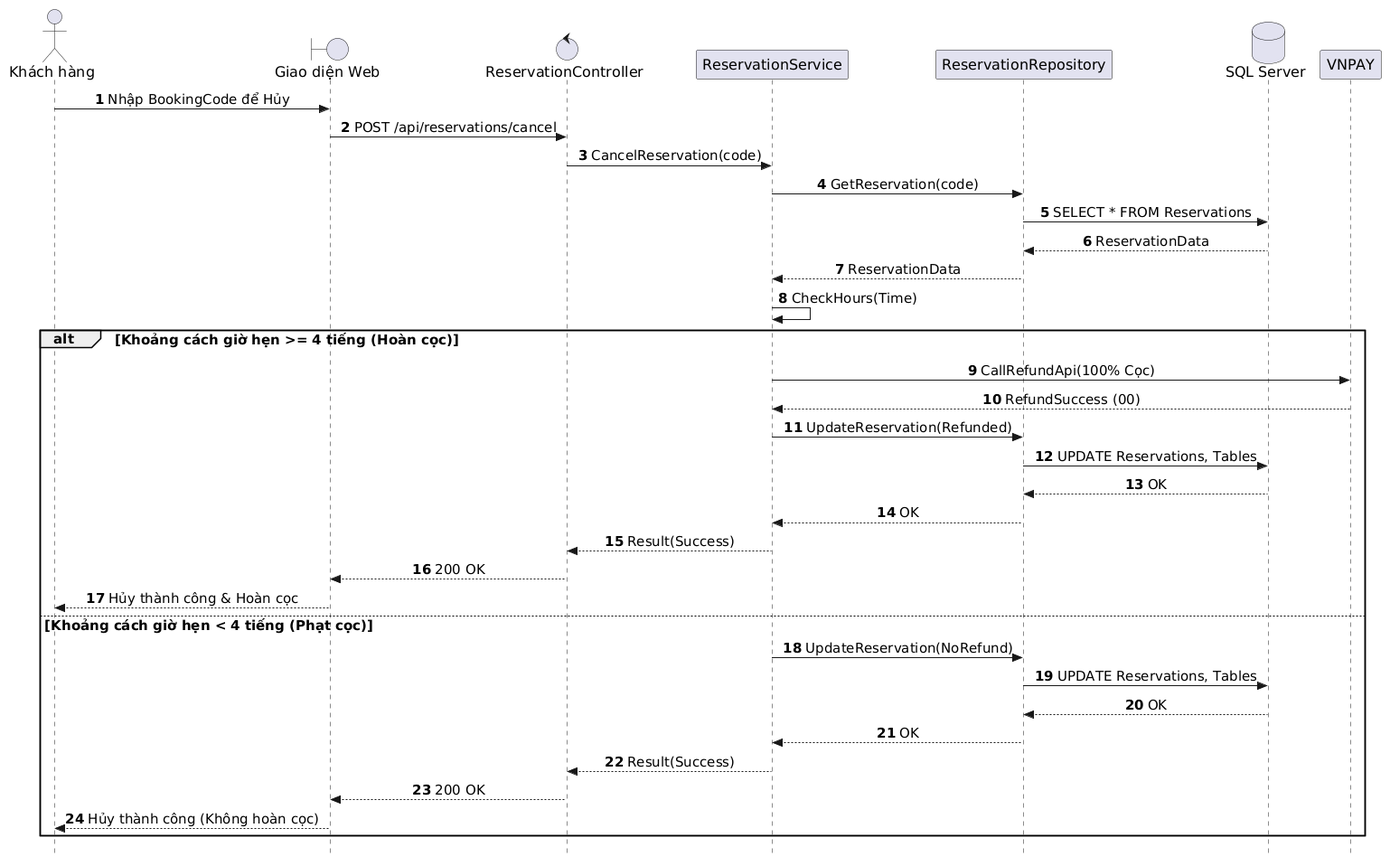
Earlier version of the PlantUML export out/docs/puml/sequences/SD_UC_U3_Cancel_Reservation/SD_UC_U3_Cancel_Reservation.png (AndrewQng/VinDining).
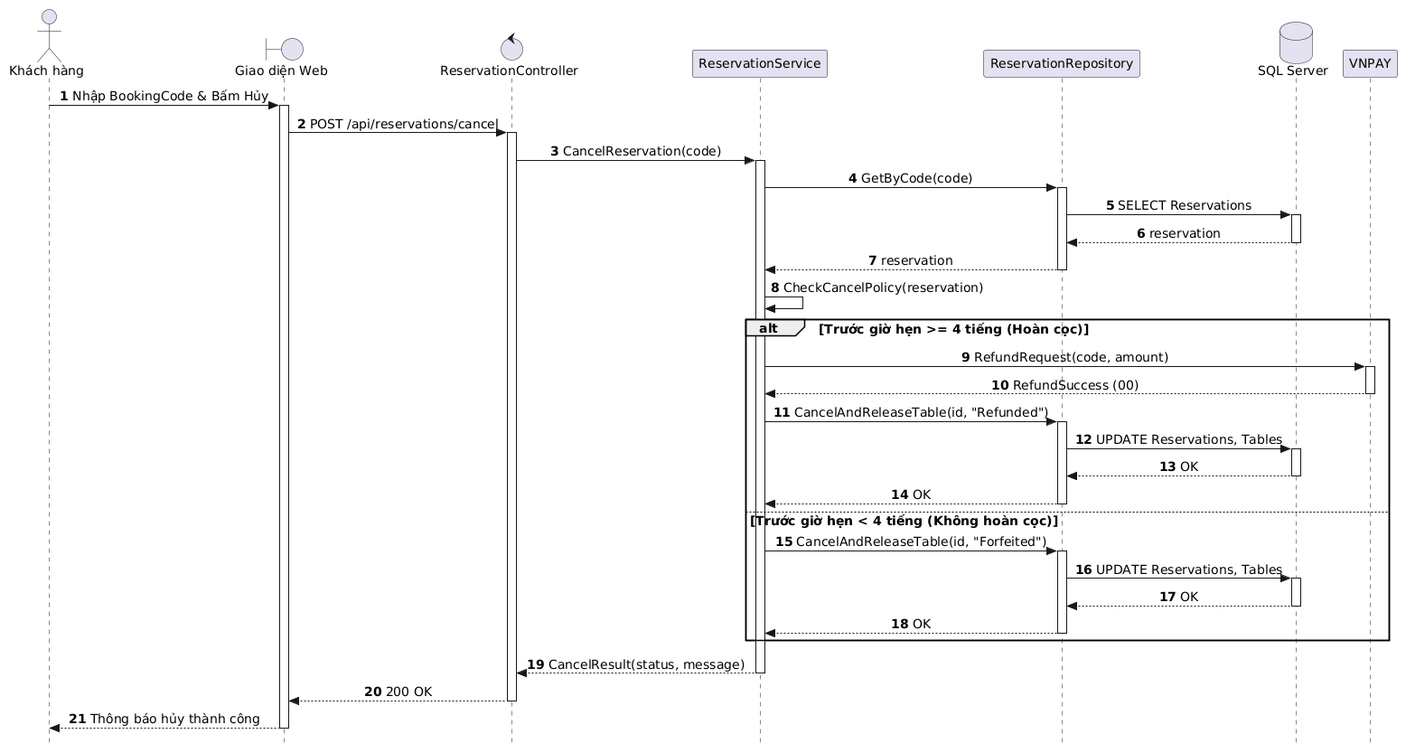
Later version of the same file.

The edit, as a diff of the source:
```diff
@@ -4,12 +4,7 @@
 skinparam sequenceMessageAlign center
 skinparam responseMessageBelowArrow true
 skinparam defaultFontName "Segoe UI", Arial, sans-serif
-skinparam defaultFontSize 16
-skinparam sequenceActorFontSize 16
-skinparam sequenceParticipantFontSize 16
-skinparam sequenceArrowFontSize 15
-skinparam sequenceGroupFontSize 15
-skinparam sequenceGroupHeaderFontSize 15
+skinparam defaultFontSize 14
 
 actor "Khách hàng" as Guest
 boundary "Giao diện Web" as UI
@@ -19,32 +14,60 @@
 database "SQL Server" as DB
 participant "VNPAY" as VNPAY
 
-Guest -> UI: Nhập BookingCode để Hủy
+Guest -> UI: Nhập BookingCode & Bấm Hủy
+activate UI
+
 UI -> Controller: POST /api/reservations/cancel
+activate Controller
+
 Controller -> Service: CancelReservation(code)
-Service -> Repo: GetReservation(code)
-Repo -> DB: SELECT * FROM Reservations
-DB --> Repo: ReservationData
-Repo --> Service: ReservationData
-Service -> Service: CheckHours(Time)
+activate Service
 
-alt Khoảng cách giờ hẹn >= 4 tiếng (Hoàn cọc)
-    Service -> VNPAY: CallRefundApi(100% Cọc)
+Service -> Repo: GetByCode(code)
+activate Repo
+
+Repo -> DB: SELECT Reservations
+activate DB
+DB --> Repo: reservation
+deactivate DB
+
+Repo --> Service: reservation
+deactivate Repo
+
+Service -> Service: CheckCancelPolicy(reservation)
+
+alt Trước giờ hẹn >= 4 tiếng (Hoàn cọc)
+    Service -> VNPAY: RefundRequest(code, amount)
+    activate VNPAY
     VNPAY --> Service: RefundSuccess (00)
-    Service -> Repo: UpdateReservation(Refunded)
+    deactivate VNPAY
+
+    Service -> Repo: CancelAndReleaseTable(id, "Refunded")
+    activate Repo
     Repo -> DB: UPDATE Reservations, Tables
+    activate DB
     DB --> Repo: OK
+    deactivate DB
     Repo --> Service: OK
-    Service --> Controller: Result(Success)
-    Controller --> UI: 200 OK
-    UI --> Guest: Hủy thành công & Hoàn cọc
-else Khoảng cách giờ hẹn < 4 tiếng (Phạt cọc)
-    Service -> Repo: UpdateReservation(NoRefund)
+    deactivate Repo
+
+else Trước giờ hẹn < 4 tiếng (Không hoàn cọc)
+    Service -> Repo: CancelAndReleaseTable(id, "Forfeited")
+    activate Repo
     Repo -> DB: UPDATE Reservations, Tables
+    activate DB
     DB --> Repo: OK
+    deactivate DB
     Repo --> Service: OK
-    Service --> Controller: Result(Success)
-    Controller --> UI: 200 OK
-    UI --> Guest: Hủy thành công (Không hoàn cọc)
+    deactivate Repo
 end
+
+Service --> Controller: CancelResult(status, message)
+deactivate Service
+
+Controller --> UI: 200 OK
+deactivate Controller
+
+UI --> Guest: Thông báo hủy thành công
+deactivate UI
 @enduml
```
